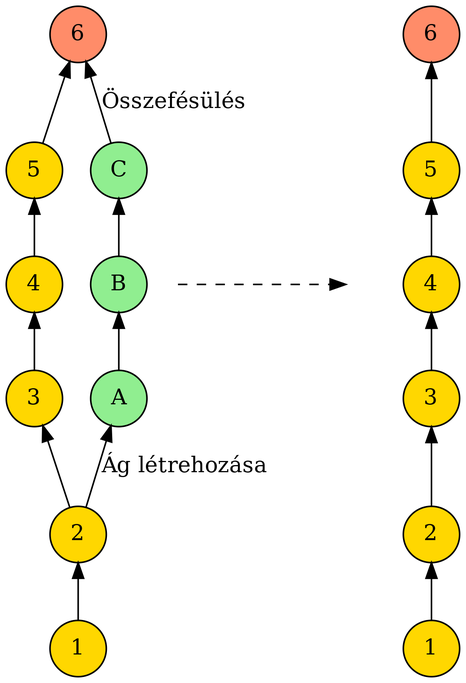
Earlier version of the Graphviz export 1_git/doc/graphs/git_19.png (basictask/Adatbanyaszat). Its source is kept beside it as 1_git/doc/graphs/git_19.dot.
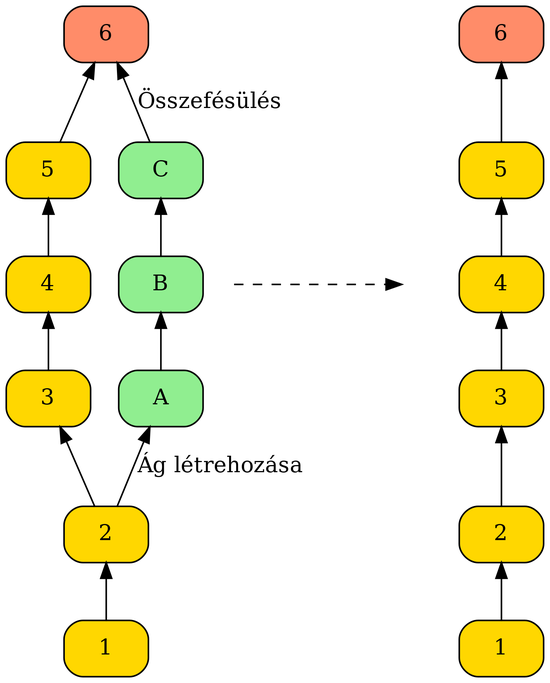
After the commit.

Change to the diagram source:
```diff
@@ -2,15 +2,15 @@
     graph [dpi=300]
     rankdir="BT"
 
-    c1_1 [label="1", shape="circle", style="filled", fillcolor="gold"]
-    c2_1 [label="2", shape="circle", style="filled", fillcolor="gold"]
-    c3_1 [label="3", shape="circle", style="filled", fillcolor="gold"]
-    c4_1 [label="4", shape="circle", style="filled", fillcolor="gold"]
-    c5_1 [label="5", shape="circle", style="filled", fillcolor="gold"]
-    c6_1 [label="6", shape="circle", style="filled", fillcolor="salmon1"]
-    ca_1 [label="A", shape="circle", style="filled", fillcolor="lightgreen"]
-    cb_1 [label="B", shape="circle", style="filled", fillcolor="lightgreen"]
-    cc_1 [label="C", shape="circle", style="filled", fillcolor="lightgreen"]
+    c1_1 [label="1", shape="rect", style="filled, rounded", fillcolor="gold"]
+    c2_1 [label="2", shape="rect", style="filled, rounded", fillcolor="gold"]
+    c3_1 [label="3", shape="rect", style="filled, rounded", fillcolor="gold"]
+    c4_1 [label="4", shape="rect", style="filled, rounded", fillcolor="gold"]
+    c5_1 [label="5", shape="rect", style="filled, rounded", fillcolor="gold"]
+    c6_1 [label="6", shape="rect", style="filled, rounded", fillcolor="salmon1"]
+    ca_1 [label="A", shape="rect", style="filled, rounded", fillcolor="lightgreen"]
+    cb_1 [label="B", shape="rect", style="filled, rounded", fillcolor="lightgreen"]
+    cc_1 [label="C", shape="rect", style="filled, rounded", fillcolor="lightgreen"]
 
     c1_1 -> c2_1
     c2_1 -> c3_1
@@ -23,12 +23,12 @@
     c2_1 -> ca_1 [label="Ág létrehozása"]
     cc_1 -> c6_1 [label="Összefésülés"]
 
-    c1_2 [label="1", shape="circle", style="filled", fillcolor="gold"]
-    c2_2 [label="2", shape="circle", style="filled", fillcolor="gold"]
-    c3_2 [label="3", shape="circle", style="filled", fillcolor="gold"]
-    c4_2 [label="4", shape="circle", style="filled", fillcolor="gold"]
-    c5_2 [label="5", shape="circle", style="filled", fillcolor="gold"]
-    c6_2 [label="6", shape="circle", style="filled", fillcolor="salmon1"]
+    c1_2 [label="1", shape="rect", style="filled, rounded", fillcolor="gold"]
+    c2_2 [label="2", shape="rect", style="filled, rounded", fillcolor="gold"]
+    c3_2 [label="3", shape="rect", style="filled, rounded", fillcolor="gold"]
+    c4_2 [label="4", shape="rect", style="filled, rounded", fillcolor="gold"]
+    c5_2 [label="5", shape="rect", style="filled, rounded", fillcolor="gold"]
+    c6_2 [label="6", shape="rect", style="filled, rounded", fillcolor="salmon1"]
 
     c1_2 -> c2_2 -> c3_2 -> c4_2 -> c5_2 -> c6_2
 
```
